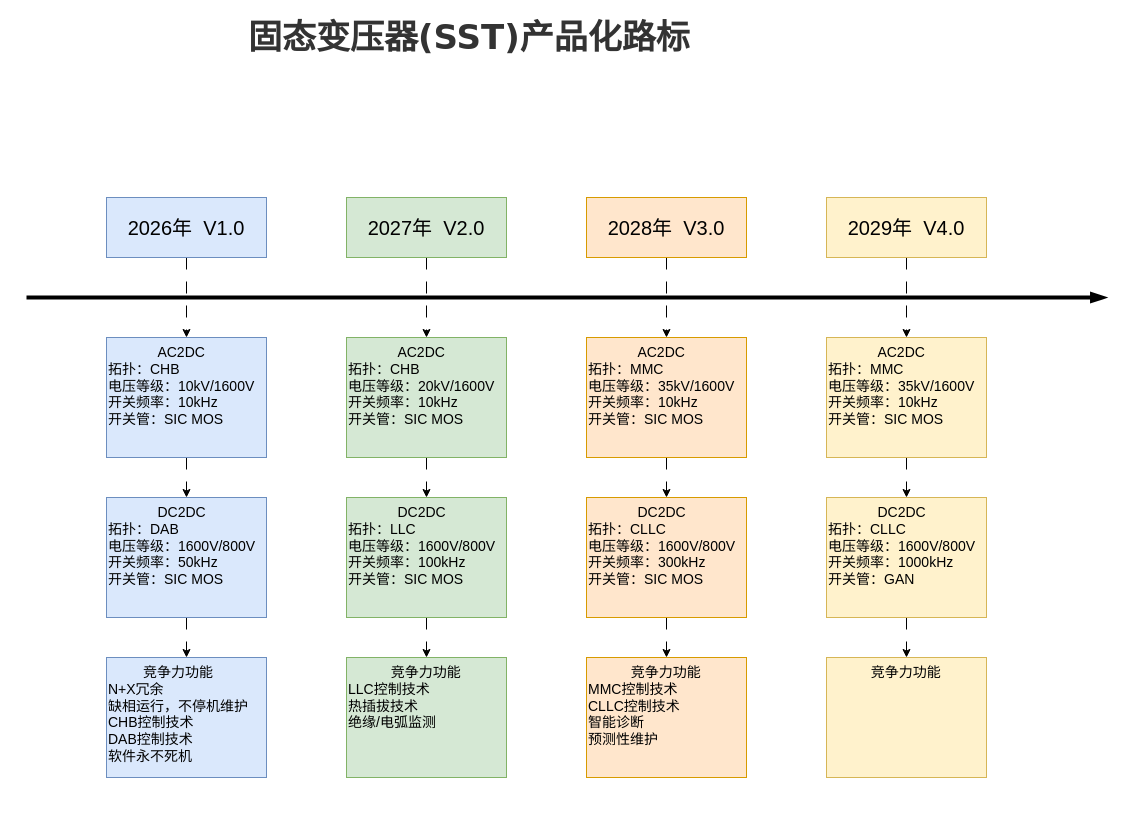
The draw.io diagram page "产品路标" (10 of 10) of SST系统软件架构.drawio in gscaszhou/Graph, before the edit. Source tidied: cells renumbered, new cells numbered last; positions are measured from the earlier drawing's top-left corner, leaving out a move shared by most shapes. Both pictures are drawn from the tidied source at 100%, with x=0, y=0 at pixel (26, 17).
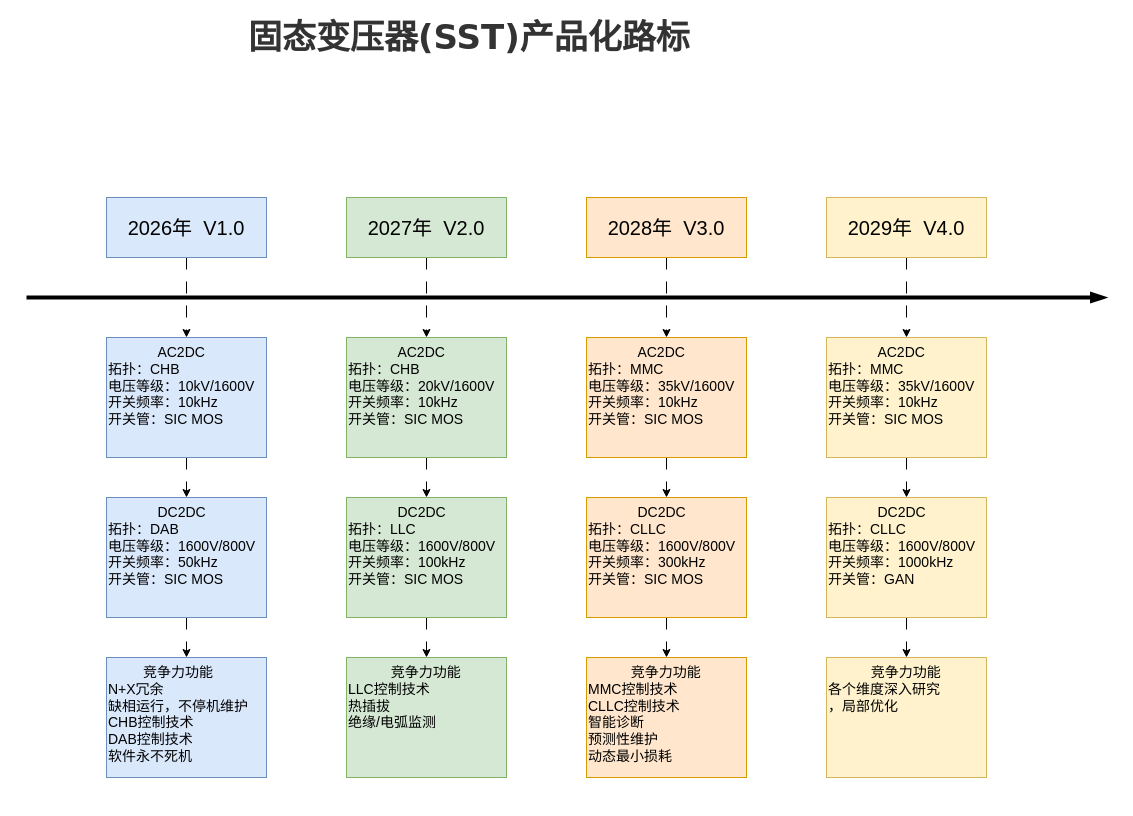
Above is the later version.

Commit message:
更新SST系统软件架构.drawio

The change refers to these unchanged cells:
```xml
<mxCell id="12" style="group;" parent="1" vertex="1">
  <mxGeometry x="320" y="180" width="160" height="580" as="geometry" />
</mxCell>
<mxCell id="20" style="group;" parent="1" vertex="1">
  <mxGeometry x="560" y="180" width="160" height="580" as="geometry" />
</mxCell>
<mxCell id="28" style="group;" parent="1" vertex="1">
  <mxGeometry x="800" y="180" width="160" height="580" as="geometry" />
</mxCell>
```

The edit, as a diff of the source:
```diff
@@
-    <mxCell id="19" value="&lt;div style=&quot;&quot;&gt;&lt;div style=&quot;text-align: center;&quot;&gt;&amp;nbsp; &amp;nbsp; &amp;nbsp; &amp;nbsp; &amp;nbsp; &amp;nbsp;竞争力功能&lt;/div&gt;&lt;div style=&quot;&quot;&gt;LLC控制技术&lt;/div&gt;&lt;div style=&quot;&quot;&gt;热插拔技术&lt;/div&gt;&lt;div style=&quot;&quot;&gt;绝缘/电弧监测&lt;/div&gt;&lt;div style=&quot;&quot;&gt;&lt;br&gt;&lt;/div&gt;&lt;div style=&quot;&quot;&gt;&lt;br&gt;&lt;/div&gt;&lt;/div&gt;" style="rounded=0;whiteSpace=wrap;html=1;fontSize=14;align=left;verticalAlign=top;fontFamily=Helvetica;fontStyle=0;fillColor=#d5e8d4;strokeColor=#82b366;" parent="12" vertex="1">
+    <mxCell id="19" value="&lt;div style=&quot;&quot;&gt;&lt;div style=&quot;text-align: center;&quot;&gt;&amp;nbsp; &amp;nbsp; &amp;nbsp; &amp;nbsp; &amp;nbsp; &amp;nbsp;竞争力功能&lt;/div&gt;&lt;div style=&quot;&quot;&gt;LLC控制技术&lt;/div&gt;&lt;div style=&quot;&quot;&gt;热插拔&lt;/div&gt;&lt;div style=&quot;&quot;&gt;绝缘/电弧监测&lt;/div&gt;&lt;/div&gt;" style="rounded=0;whiteSpace=wrap;html=1;fontSize=14;align=left;verticalAlign=top;fontFamily=Helvetica;fontStyle=0;fillColor=#d5e8d4;strokeColor=#82b366;" parent="12" vertex="1">
       <mxGeometry y="460" width="160" height="120" as="geometry" />
     </mxCell>
@@
-    <mxCell id="27" value="&lt;div style=&quot;&quot;&gt;&lt;div style=&quot;text-align: center;&quot;&gt;&amp;nbsp; &amp;nbsp; &amp;nbsp; &amp;nbsp; &amp;nbsp; &amp;nbsp;竞争力功能&lt;/div&gt;&lt;div style=&quot;&quot;&gt;MMC控制技术&lt;/div&gt;&lt;div style=&quot;&quot;&gt;CLLC控制技术&lt;br&gt;&lt;/div&gt;&lt;div style=&quot;&quot;&gt;智能诊断&lt;br&gt;预测性维护&lt;/div&gt;&lt;div style=&quot;&quot;&gt;&lt;br&gt;&lt;/div&gt;&lt;div style=&quot;&quot;&gt;&lt;br&gt;&lt;/div&gt;&lt;/div&gt;" style="rounded=0;whiteSpace=wrap;html=1;fontSize=14;align=left;verticalAlign=top;fontFamily=Helvetica;fontStyle=0;fillColor=#ffe6cc;strokeColor=#d79b00;" parent="20" vertex="1">
+    <mxCell id="27" value="&lt;div style=&quot;&quot;&gt;&lt;div style=&quot;text-align: center;&quot;&gt;&amp;nbsp; &amp;nbsp; &amp;nbsp; &amp;nbsp; &amp;nbsp; &amp;nbsp;竞争力功能&lt;/div&gt;&lt;div style=&quot;&quot;&gt;MMC控制技术&lt;/div&gt;&lt;div style=&quot;&quot;&gt;CLLC控制技术&lt;br&gt;&lt;/div&gt;&lt;div style=&quot;&quot;&gt;智能诊断&lt;br&gt;预测性维护&lt;/div&gt;&lt;div style=&quot;&quot;&gt;动态最小损耗&lt;/div&gt;&lt;div style=&quot;&quot;&gt;&lt;br&gt;&lt;/div&gt;&lt;div style=&quot;&quot;&gt;&lt;br&gt;&lt;/div&gt;&lt;/div&gt;" style="rounded=0;whiteSpace=wrap;html=1;fontSize=14;align=left;verticalAlign=top;fontFamily=Helvetica;fontStyle=0;fillColor=#ffe6cc;strokeColor=#d79b00;" parent="20" vertex="1">
       <mxGeometry y="460" width="160" height="120" as="geometry" />
     </mxCell>
@@
-    <mxCell id="35" value="&lt;div style=&quot;&quot;&gt;&lt;div style=&quot;text-align: center;&quot;&gt;&amp;nbsp; &amp;nbsp; &amp;nbsp; &amp;nbsp; &amp;nbsp; &amp;nbsp;竞争力功能&lt;/div&gt;&lt;div style=&quot;&quot;&gt;&lt;br&gt;&lt;/div&gt;&lt;div style=&quot;&quot;&gt;&lt;br&gt;&lt;/div&gt;&lt;div style=&quot;&quot;&gt;&lt;br&gt;&lt;/div&gt;&lt;/div&gt;" style="rounded=0;whiteSpace=wrap;html=1;fontSize=14;align=left;verticalAlign=top;fontFamily=Helvetica;fontStyle=0;fillColor=#fff2cc;strokeColor=#d6b656;" parent="28" vertex="1">
+    <mxCell id="35" value="&lt;div style=&quot;&quot;&gt;&lt;div style=&quot;text-align: center;&quot;&gt;&amp;nbsp; &amp;nbsp; &amp;nbsp; &amp;nbsp; &amp;nbsp; &amp;nbsp;竞争力功能&lt;/div&gt;&lt;div style=&quot;&quot;&gt;各个维度深入研究&lt;/div&gt;&lt;div style=&quot;&quot;&gt;，局部优化&lt;/div&gt;&lt;div style=&quot;&quot;&gt;&lt;br&gt;&lt;/div&gt;&lt;div style=&quot;&quot;&gt;&lt;br&gt;&lt;/div&gt;&lt;/div&gt;" style="rounded=0;whiteSpace=wrap;html=1;fontSize=14;align=left;verticalAlign=top;fontFamily=Helvetica;fontStyle=0;fillColor=#fff2cc;strokeColor=#d6b656;" parent="28" vertex="1">
       <mxGeometry y="460" width="160" height="120" as="geometry" />
     </mxCell>
```
